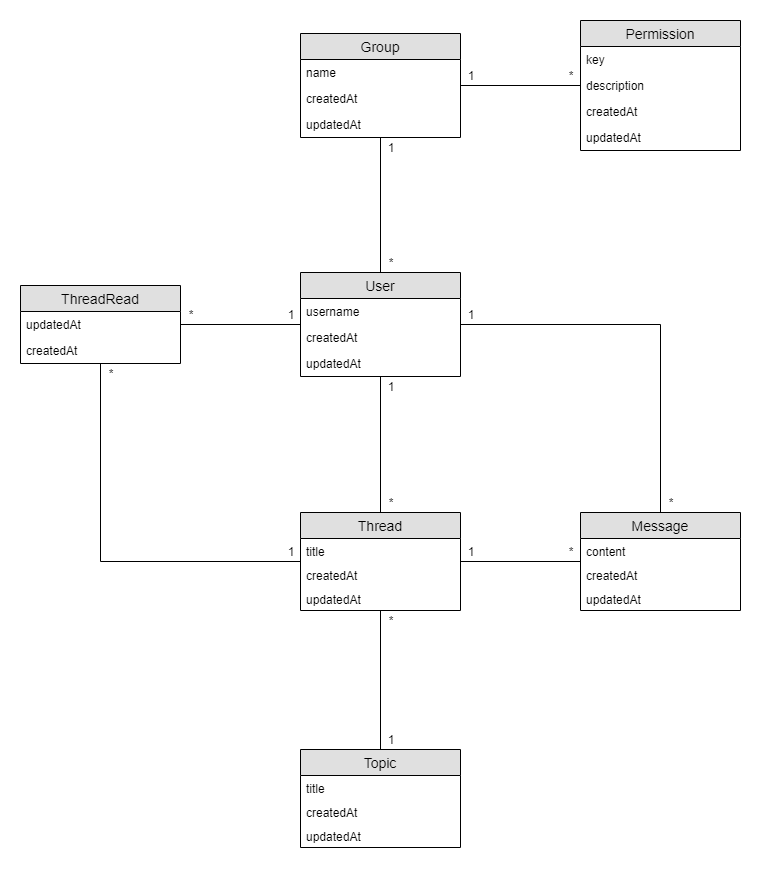
This is docs/db-chart.png from olavim/hy-forum, a draw.io export, as it was before one commit. Source tidied: cells renumbered, new cells last; positions are measured from the earlier drawing's top-left corner, leaving out a move shared by most shapes.
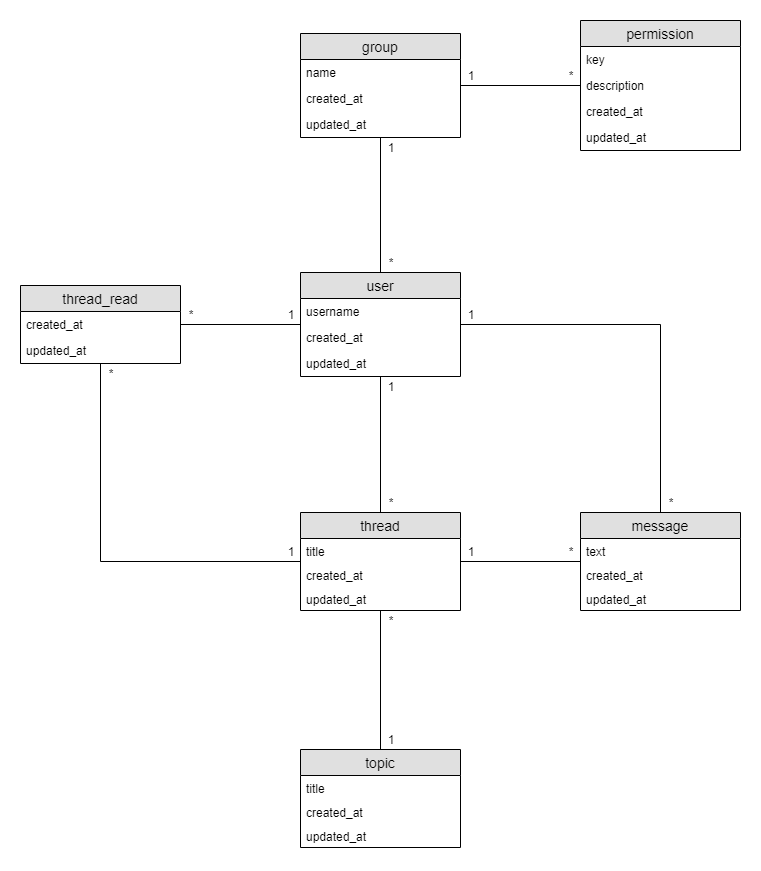
Later version of the same file.

The edit, as a diff of the source:
```diff
@@ -8,16 +8,16 @@
     <mxCell id="3" style="edgeStyle=orthogonalEdgeStyle;rounded=0;jettySize=auto;html=1;entryX=0.5;entryY=0;entryDx=0;entryDy=0;endArrow=none;endFill=0;" parent="1" edge="1" source="4" target="14">
       <mxGeometry relative="1" as="geometry" />
     </mxCell>
-    <mxCell id="4" value="User" style="swimlane;fontStyle=0;horizontal=1;startSize=26;fillColor=#e0e0e0;swimlaneFillColor=#ffffff;align=center;fontSize=14;" parent="1" vertex="1">
+    <mxCell id="4" value="user" style="swimlane;fontStyle=0;horizontal=1;startSize=26;fillColor=#e0e0e0;swimlaneFillColor=#ffffff;align=center;fontSize=14;" parent="1" vertex="1">
       <mxGeometry x="280" y="252" width="160" height="104" as="geometry" />
     </mxCell>
     <mxCell id="5" value="username" style="text;strokeColor=none;fillColor=none;spacingLeft=4;spacingRight=4;overflow=hidden;fontSize=12;" parent="4" vertex="1">
       <mxGeometry y="26" width="160" height="26" as="geometry" />
     </mxCell>
-    <mxCell id="6" value="createdAt" style="text;strokeColor=none;fillColor=none;spacingLeft=4;spacingRight=4;overflow=hidden;fontSize=12;" parent="4" vertex="1">
+    <mxCell id="6" value="created_at" style="text;strokeColor=none;fillColor=none;spacingLeft=4;spacingRight=4;overflow=hidden;fontSize=12;" parent="4" vertex="1">
       <mxGeometry y="52" width="160" height="26" as="geometry" />
     </mxCell>
-    <mxCell id="7" value="updatedAt" style="text;strokeColor=none;fillColor=none;spacingLeft=4;spacingRight=4;overflow=hidden;fontSize=12;" parent="4" vertex="1">
+    <mxCell id="7" value="updated_at" style="text;strokeColor=none;fillColor=none;spacingLeft=4;spacingRight=4;overflow=hidden;fontSize=12;" parent="4" vertex="1">
       <mxGeometry y="78" width="160" height="26" as="geometry" />
     </mxCell>
     <mxCell id="8" style="edgeStyle=orthogonalEdgeStyle;rounded=0;jettySize=auto;html=1;endArrow=none;endFill=0;" parent="1" edge="1" source="10" target="14">
@@ -26,28 +26,28 @@
     <mxCell id="9" style="edgeStyle=orthogonalEdgeStyle;rounded=0;jettySize=auto;html=1;endArrow=none;endFill=0;" parent="1" edge="1" source="10" target="30">
       <mxGeometry relative="1" as="geometry" />
     </mxCell>
-    <mxCell id="10" value="Thread" style="swimlane;fontStyle=0;horizontal=1;startSize=26;fillColor=#e0e0e0;swimlaneFillColor=#ffffff;align=center;fontSize=14;" parent="1" vertex="1">
+    <mxCell id="10" value="thread" style="swimlane;fontStyle=0;horizontal=1;startSize=26;fillColor=#e0e0e0;swimlaneFillColor=#ffffff;align=center;fontSize=14;" parent="1" vertex="1">
       <mxGeometry x="280" y="492" width="160" height="98" as="geometry" />
     </mxCell>
     <mxCell id="11" value="title" style="text;strokeColor=none;fillColor=none;spacingLeft=4;spacingRight=4;overflow=hidden;fontSize=12;" parent="10" vertex="1">
       <mxGeometry y="26" width="160" height="24" as="geometry" />
     </mxCell>
-    <mxCell id="12" value="createdAt" style="text;strokeColor=none;fillColor=none;spacingLeft=4;spacingRight=4;overflow=hidden;fontSize=12;" parent="10" vertex="1">
+    <mxCell id="12" value="created_at" style="text;strokeColor=none;fillColor=none;spacingLeft=4;spacingRight=4;overflow=hidden;fontSize=12;" parent="10" vertex="1">
       <mxGeometry y="50" width="160" height="24" as="geometry" />
     </mxCell>
-    <mxCell id="13" value="updatedAt" style="text;strokeColor=none;fillColor=none;spacingLeft=4;spacingRight=4;overflow=hidden;fontSize=12;" parent="10" vertex="1">
+    <mxCell id="13" value="updated_at" style="text;strokeColor=none;fillColor=none;spacingLeft=4;spacingRight=4;overflow=hidden;fontSize=12;" parent="10" vertex="1">
       <mxGeometry y="74" width="160" height="24" as="geometry" />
     </mxCell>
-    <mxCell id="14" value="Message" style="swimlane;fontStyle=0;horizontal=1;startSize=26;fillColor=#e0e0e0;swimlaneFillColor=#ffffff;align=center;fontSize=14;" parent="1" vertex="1">
+    <mxCell id="14" value="message" style="swimlane;fontStyle=0;horizontal=1;startSize=26;fillColor=#e0e0e0;swimlaneFillColor=#ffffff;align=center;fontSize=14;" parent="1" vertex="1">
       <mxGeometry x="560" y="492" width="160" height="98" as="geometry" />
     </mxCell>
-    <mxCell id="15" value="content" style="text;strokeColor=none;fillColor=none;spacingLeft=4;spacingRight=4;overflow=hidden;fontSize=12;" parent="14" vertex="1">
+    <mxCell id="15" value="text" style="text;strokeColor=none;fillColor=none;spacingLeft=4;spacingRight=4;overflow=hidden;fontSize=12;" parent="14" vertex="1">
       <mxGeometry y="26" width="160" height="24" as="geometry" />
     </mxCell>
-    <mxCell id="16" value="createdAt" style="text;strokeColor=none;fillColor=none;spacingLeft=4;spacingRight=4;overflow=hidden;fontSize=12;" parent="14" vertex="1">
+    <mxCell id="16" value="created_at" style="text;strokeColor=none;fillColor=none;spacingLeft=4;spacingRight=4;overflow=hidden;fontSize=12;" parent="14" vertex="1">
       <mxGeometry y="50" width="160" height="24" as="geometry" />
     </mxCell>
-    <mxCell id="17" value="updatedAt" style="text;strokeColor=none;fillColor=none;spacingLeft=4;spacingRight=4;overflow=hidden;fontSize=12;" parent="14" vertex="1">
+    <mxCell id="17" value="updated_at" style="text;strokeColor=none;fillColor=none;spacingLeft=4;spacingRight=4;overflow=hidden;fontSize=12;" parent="14" vertex="1">
       <mxGeometry y="74" width="160" height="24" as="geometry" />
     </mxCell>
     <mxCell id="18" style="edgeStyle=orthogonalEdgeStyle;rounded=0;jettySize=auto;html=1;entryX=0.5;entryY=0;entryDx=0;entryDy=0;endArrow=none;endFill=0;" parent="1" edge="1" source="20" target="4">
@@ -56,19 +56,19 @@
     <mxCell id="19" style="edgeStyle=orthogonalEdgeStyle;rounded=0;jettySize=auto;html=1;endArrow=none;endFill=0;" parent="1" edge="1" source="20" target="24">
       <mxGeometry relative="1" as="geometry" />
     </mxCell>
-    <mxCell id="20" value="Group" style="swimlane;fontStyle=0;horizontal=1;startSize=26;fillColor=#e0e0e0;swimlaneFillColor=#ffffff;align=center;fontSize=14;" parent="1" vertex="1">
+    <mxCell id="20" value="group" style="swimlane;fontStyle=0;horizontal=1;startSize=26;fillColor=#e0e0e0;swimlaneFillColor=#ffffff;align=center;fontSize=14;" parent="1" vertex="1">
       <mxGeometry x="280" y="13" width="160" height="104" as="geometry" />
     </mxCell>
     <mxCell id="21" value="name" style="text;strokeColor=none;fillColor=none;spacingLeft=4;spacingRight=4;overflow=hidden;fontSize=12;" parent="20" vertex="1">
       <mxGeometry y="26" width="160" height="26" as="geometry" />
     </mxCell>
-    <mxCell id="22" value="createdAt" style="text;strokeColor=none;fillColor=none;spacingLeft=4;spacingRight=4;overflow=hidden;fontSize=12;" parent="20" vertex="1">
+    <mxCell id="22" value="created_at" style="text;strokeColor=none;fillColor=none;spacingLeft=4;spacingRight=4;overflow=hidden;fontSize=12;" parent="20" vertex="1">
       <mxGeometry y="52" width="160" height="26" as="geometry" />
     </mxCell>
-    <mxCell id="23" value="updatedAt" style="text;strokeColor=none;fillColor=none;spacingLeft=4;spacingRight=4;overflow=hidden;fontSize=12;" parent="20" vertex="1">
+    <mxCell id="23" value="updated_at" style="text;strokeColor=none;fillColor=none;spacingLeft=4;spacingRight=4;overflow=hidden;fontSize=12;" parent="20" vertex="1">
       <mxGeometry y="78" width="160" height="26" as="geometry" />
     </mxCell>
-    <mxCell id="24" value="Permission" style="swimlane;fontStyle=0;horizontal=1;startSize=26;fillColor=#e0e0e0;swimlaneFillColor=#ffffff;align=center;fontSize=14;" parent="1" vertex="1">
+    <mxCell id="24" value="permission" style="swimlane;fontStyle=0;horizontal=1;startSize=26;fillColor=#e0e0e0;swimlaneFillColor=#ffffff;align=center;fontSize=14;" parent="1" vertex="1">
       <mxGeometry x="560" width="160" height="130" as="geometry" />
     </mxCell>
     <mxCell id="25" value="key" style="text;strokeColor=none;fillColor=none;spacingLeft=4;spacingRight=4;overflow=hidden;fontSize=12;" parent="24" vertex="1">
@@ -77,37 +77,37 @@
     <mxCell id="26" value="description" style="text;strokeColor=none;fillColor=none;spacingLeft=4;spacingRight=4;overflow=hidden;fontSize=12;" parent="24" vertex="1">
       <mxGeometry y="52" width="160" height="26" as="geometry" />
     </mxCell>
-    <mxCell id="27" value="createdAt" style="text;strokeColor=none;fillColor=none;spacingLeft=4;spacingRight=4;overflow=hidden;fontSize=12;" parent="24" vertex="1">
+    <mxCell id="27" value="created_at" style="text;strokeColor=none;fillColor=none;spacingLeft=4;spacingRight=4;overflow=hidden;fontSize=12;" parent="24" vertex="1">
       <mxGeometry y="78" width="160" height="26" as="geometry" />
     </mxCell>
-    <mxCell id="28" value="updatedAt" style="text;strokeColor=none;fillColor=none;spacingLeft=4;spacingRight=4;overflow=hidden;fontSize=12;" parent="24" vertex="1">
+    <mxCell id="28" value="updated_at" style="text;strokeColor=none;fillColor=none;spacingLeft=4;spacingRight=4;overflow=hidden;fontSize=12;" parent="24" vertex="1">
       <mxGeometry y="104" width="160" height="26" as="geometry" />
     </mxCell>
     <mxCell id="29" style="edgeStyle=orthogonalEdgeStyle;rounded=0;jettySize=auto;html=1;endArrow=none;endFill=0;" parent="1" edge="1" source="30" target="4">
       <mxGeometry relative="1" as="geometry" />
     </mxCell>
-    <mxCell id="30" value="ThreadRead" style="swimlane;fontStyle=0;horizontal=1;startSize=26;fillColor=#e0e0e0;swimlaneFillColor=#ffffff;align=center;fontSize=14;" parent="1" vertex="1">
+    <mxCell id="30" value="thread_read" style="swimlane;fontStyle=0;horizontal=1;startSize=26;fillColor=#e0e0e0;swimlaneFillColor=#ffffff;align=center;fontSize=14;" parent="1" vertex="1">
       <mxGeometry y="265" width="160" height="78" as="geometry" />
     </mxCell>
-    <mxCell id="31" value="updatedAt" style="text;strokeColor=none;fillColor=none;spacingLeft=4;spacingRight=4;overflow=hidden;fontSize=12;" parent="30" vertex="1">
+    <mxCell id="31" value="created_at" style="text;strokeColor=none;fillColor=none;spacingLeft=4;spacingRight=4;overflow=hidden;fontSize=12;" parent="30" vertex="1">
       <mxGeometry y="26" width="160" height="26" as="geometry" />
     </mxCell>
-    <mxCell id="32" value="createdAt" style="text;strokeColor=none;fillColor=none;spacingLeft=4;spacingRight=4;overflow=hidden;fontSize=12;" parent="30" vertex="1">
+    <mxCell id="32" value="updated_at" style="text;strokeColor=none;fillColor=none;spacingLeft=4;spacingRight=4;overflow=hidden;fontSize=12;" parent="30" vertex="1">
       <mxGeometry y="52" width="160" height="26" as="geometry" />
     </mxCell>
     <mxCell id="33" style="edgeStyle=none;rounded=0;jettySize=auto;html=1;endArrow=none;endFill=0;" parent="1" edge="1" source="34" target="10">
       <mxGeometry relative="1" as="geometry" />
     </mxCell>
-    <mxCell id="34" value="Topic" style="swimlane;fontStyle=0;horizontal=1;startSize=26;fillColor=#e0e0e0;swimlaneFillColor=#ffffff;align=center;fontSize=14;" parent="1" vertex="1">
+    <mxCell id="34" value="topic" style="swimlane;fontStyle=0;horizontal=1;startSize=26;fillColor=#e0e0e0;swimlaneFillColor=#ffffff;align=center;fontSize=14;" parent="1" vertex="1">
       <mxGeometry x="280" y="729" width="160" height="98" as="geometry" />
     </mxCell>
     <mxCell id="35" value="title" style="text;strokeColor=none;fillColor=none;spacingLeft=4;spacingRight=4;overflow=hidden;fontSize=12;" parent="34" vertex="1">
       <mxGeometry y="26" width="160" height="24" as="geometry" />
     </mxCell>
-    <mxCell id="36" value="createdAt" style="text;strokeColor=none;fillColor=none;spacingLeft=4;spacingRight=4;overflow=hidden;fontSize=12;" parent="34" vertex="1">
+    <mxCell id="36" value="created_at" style="text;strokeColor=none;fillColor=none;spacingLeft=4;spacingRight=4;overflow=hidden;fontSize=12;" parent="34" vertex="1">
       <mxGeometry y="50" width="160" height="24" as="geometry" />
     </mxCell>
-    <mxCell id="37" value="updatedAt" style="text;strokeColor=none;fillColor=none;spacingLeft=4;spacingRight=4;overflow=hidden;fontSize=12;" parent="34" vertex="1">
+    <mxCell id="37" value="updated_at" style="text;strokeColor=none;fillColor=none;spacingLeft=4;spacingRight=4;overflow=hidden;fontSize=12;" parent="34" vertex="1">
       <mxGeometry y="74" width="160" height="24" as="geometry" />
     </mxCell>
     <mxCell id="38" value="1" style="text;html=1;strokeColor=none;fillColor=none;align=center;verticalAlign=middle;whiteSpace=wrap;rounded=0;" parent="1" vertex="1">
```
